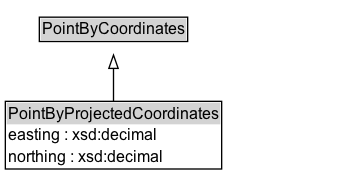
Above: docs/diagrams/PointByProjectedCoordinates.dot.png in ISO-TC204/ontology-its-location-v1 (Graphviz), before the change. Its source is kept beside it as docs/diagrams/PointByProjectedCoordinates.dot.
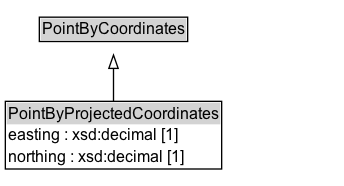
Above is the later version.

The edit, as a diff of the source:
```diff
@@ -6,7 +6,7 @@
 		rank=source
 		PointByCoordinates [label=<<TABLE BORDER="1" CELLBORDER="0" CELLSPACING="0" CELLPADDING="1"><TR><TD BGCOLOR="lightgray" ALIGN="CENTER">PointByCoordinates</TD></TR></TABLE>> URL="../PointByCoordinates" margin=0]
 	}
-	PointByProjectedCoordinates [label=<<TABLE BORDER="1" CELLBORDER="0" CELLSPACING="0" CELLPADDING="1"><TR><TD BGCOLOR="lightgray" ALIGN="CENTER">PointByProjectedCoordinates</TD></TR><TR><TD ALIGN="LEFT">easting : xsd:decimal</TD></TR><TR><TD ALIGN="LEFT">northing : xsd:decimal</TD></TR></TABLE>> URL="../PointByProjectedCoordinates" margin=0]
+	PointByProjectedCoordinates [label=<<TABLE BORDER="1" CELLBORDER="0" CELLSPACING="0" CELLPADDING="1"><TR><TD BGCOLOR="lightgray" ALIGN="CENTER">PointByProjectedCoordinates</TD></TR><TR><TD ALIGN="LEFT">easting : xsd:decimal [1]</TD></TR><TR><TD ALIGN="LEFT">northing : xsd:decimal [1]</TD></TR></TABLE>> URL="../PointByProjectedCoordinates" margin=0]
 	{
 		rank=max
 	}
```
